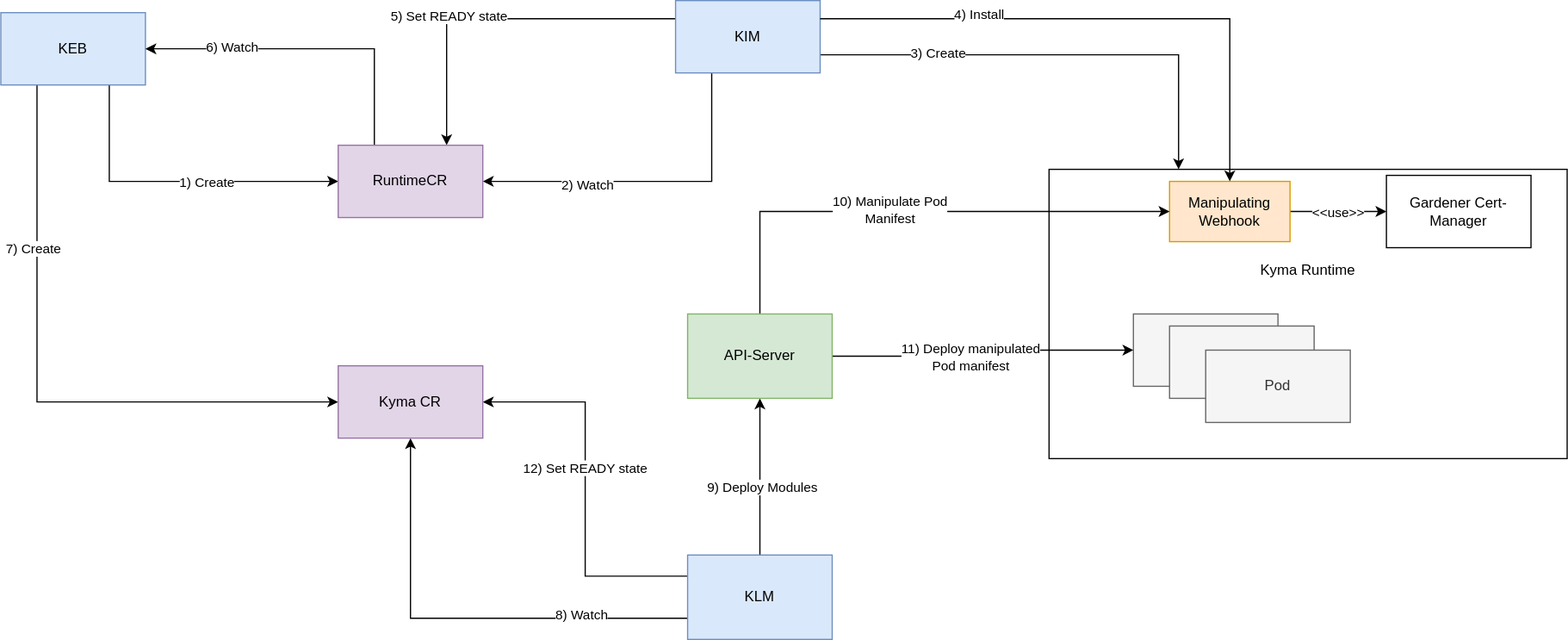
Above: docs/contributor/assets/flow-manipulating-webhook.drawio.svg in akgalwas/rt-bootstrapper (draw.io), before the change. Source tidied: cells renumbered, new cells last; positions are measured from the earlier drawing's top-left corner, leaving out a move shared by most shapes.
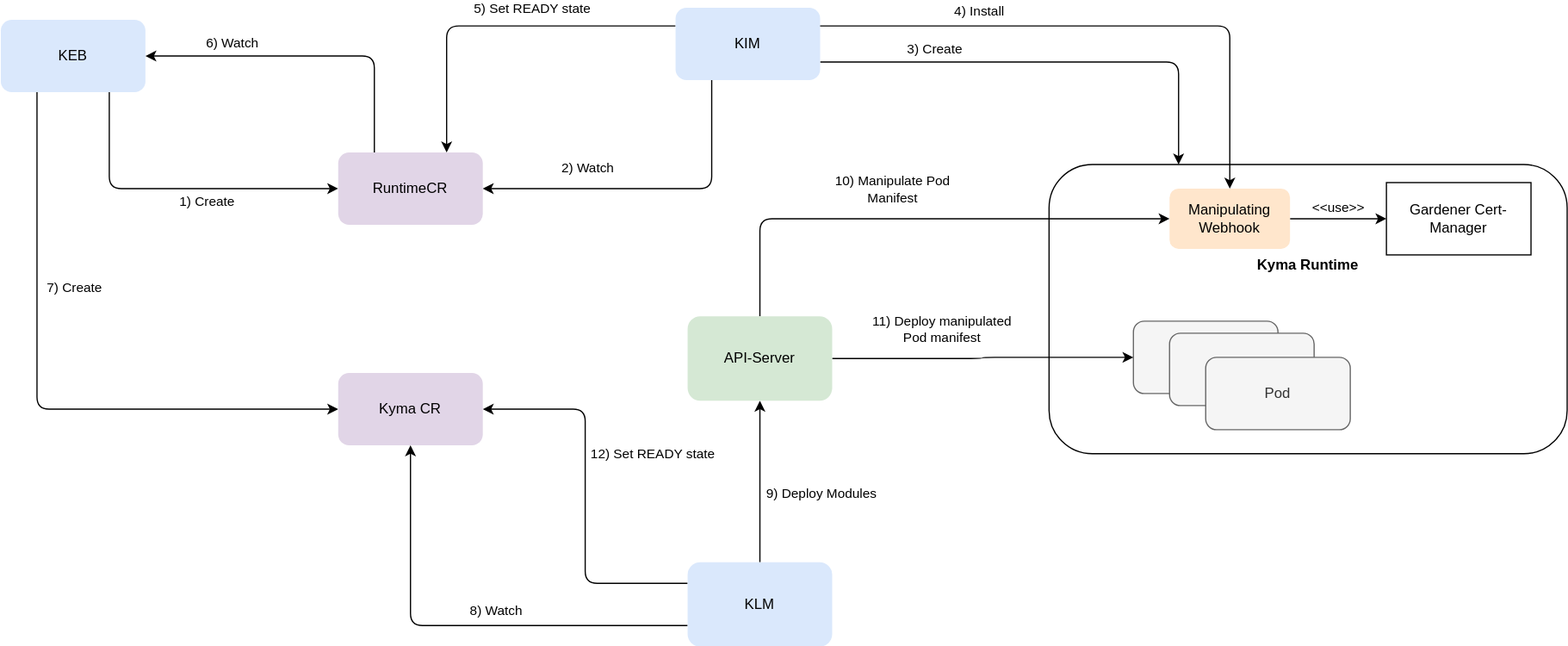
After the change.

Change to the diagram source:
```diff
@@ -1,123 +1,143 @@
-<mxGraphModel>
+<mxGraphModel background="#FFFFFF">
   <root>
     <mxCell id="0" />
     <mxCell id="1" parent="0" />
-    <mxCell id="2" style="edgeStyle=orthogonalEdgeStyle;rounded=0;jettySize=auto;html=1;exitX=0.75;exitY=1;exitDx=0;exitDy=0;entryX=0;entryY=0.5;entryDx=0;entryDy=0;" parent="1" edge="1" source="6" target="16">
+    <mxCell id="2" style="edgeStyle=orthogonalEdgeStyle;rounded=1;jettySize=auto;html=1;exitX=0.75;exitY=1;exitDx=0;exitDy=0;entryX=0;entryY=0.5;entryDx=0;entryDy=0;curved=0;" parent="1" edge="1" source="6" target="16">
       <mxGeometry relative="1" as="geometry" />
     </mxCell>
     <mxCell id="3" value="1) Create" style="edgeLabel;html=1;align=center;verticalAlign=middle;" parent="2" vertex="1">
       <mxGeometry x="-0.39" y="2" relative="1" as="geometry">
-        <mxPoint x="77" y="2" as="offset" />
+        <mxPoint x="77" y="12" as="offset" />
       </mxGeometry>
     </mxCell>
-    <mxCell id="4" style="edgeStyle=orthogonalEdgeStyle;rounded=0;jettySize=auto;html=1;exitX=0.25;exitY=1;exitDx=0;exitDy=0;entryX=0;entryY=0.5;entryDx=0;entryDy=0;" parent="1" edge="1" source="6" target="33">
+    <mxCell id="4" style="edgeStyle=orthogonalEdgeStyle;rounded=1;jettySize=auto;html=1;exitX=0.25;exitY=1;exitDx=0;exitDy=0;entryX=0;entryY=0.5;entryDx=0;entryDy=0;curved=0;" parent="1" edge="1" source="6" target="33">
       <mxGeometry relative="1" as="geometry" />
     </mxCell>
     <mxCell id="5" value="7) Create" style="edgeLabel;html=1;align=center;verticalAlign=middle;" parent="4" vertex="1">
-      <mxGeometry x="-0.47" y="-4" relative="1" as="geometry" />
+      <mxGeometry x="-0.47" y="-4" relative="1" as="geometry">
+        <mxPoint x="34" y="26" as="offset" />
+      </mxGeometry>
     </mxCell>
-    <mxCell id="6" value="KEB" style="rounded=0;whiteSpace=wrap;html=1;fillColor=#dae8fc;strokeColor=#6c8ebf;" parent="1" vertex="1">
+    <mxCell id="6" value="KEB" style="rounded=1;whiteSpace=wrap;html=1;fillColor=#dae8fc;strokeColor=none;" parent="1" vertex="1">
       <mxGeometry y="10" width="120" height="60" as="geometry" />
     </mxCell>
-    <mxCell id="7" style="edgeStyle=orthogonalEdgeStyle;rounded=0;jettySize=auto;html=1;exitX=0.25;exitY=1;exitDx=0;exitDy=0;entryX=1;entryY=0.5;entryDx=0;entryDy=0;" parent="1" edge="1" source="13" target="16">
+    <mxCell id="7" style="edgeStyle=orthogonalEdgeStyle;rounded=1;jettySize=auto;html=1;exitX=0.25;exitY=1;exitDx=0;exitDy=0;entryX=1;entryY=0.5;entryDx=0;entryDy=0;curved=0;" parent="1" edge="1" source="13" target="16">
       <mxGeometry relative="1" as="geometry" />
     </mxCell>
     <mxCell id="8" value="2) Watch" style="edgeLabel;html=1;align=center;verticalAlign=middle;" parent="7" vertex="1">
-      <mxGeometry x="0.39" y="2" relative="1" as="geometry" />
+      <mxGeometry x="0.39" y="2" relative="1" as="geometry">
+        <mxPoint y="-20" as="offset" />
+      </mxGeometry>
     </mxCell>
-    <mxCell id="9" style="edgeStyle=orthogonalEdgeStyle;rounded=0;jettySize=auto;html=1;exitX=1;exitY=0.75;exitDx=0;exitDy=0;entryX=0.25;entryY=0;entryDx=0;entryDy=0;" parent="1" edge="1" source="13" target="17">
+    <mxCell id="9" style="edgeStyle=orthogonalEdgeStyle;rounded=1;jettySize=auto;html=1;exitX=1;exitY=0.75;exitDx=0;exitDy=0;entryX=0.25;entryY=0;entryDx=0;entryDy=0;curved=0;" parent="1" edge="1" source="13" target="17">
       <mxGeometry relative="1" as="geometry" />
     </mxCell>
     <mxCell id="10" value="3) Create" style="edgeLabel;html=1;align=center;verticalAlign=middle;" parent="9" vertex="1">
-      <mxGeometry x="-0.51" y="2" relative="1" as="geometry" />
+      <mxGeometry x="-0.51" y="2" relative="1" as="geometry">
+        <mxPoint y="-10" as="offset" />
+      </mxGeometry>
     </mxCell>
-    <mxCell id="11" style="edgeStyle=orthogonalEdgeStyle;rounded=0;jettySize=auto;html=1;exitX=0;exitY=0.25;exitDx=0;exitDy=0;entryX=0.75;entryY=0;entryDx=0;entryDy=0;" parent="1" edge="1" source="13" target="16">
+    <mxCell id="11" style="edgeStyle=orthogonalEdgeStyle;rounded=1;jettySize=auto;html=1;exitX=0;exitY=0.25;exitDx=0;exitDy=0;entryX=0.75;entryY=0;entryDx=0;entryDy=0;curved=0;" parent="1" edge="1" source="13" target="16">
       <mxGeometry relative="1" as="geometry" />
     </mxCell>
     <mxCell id="12" value="5) Set READY state" style="edgeLabel;html=1;align=center;verticalAlign=middle;" parent="11" vertex="1">
-      <mxGeometry x="0.28" y="-3" relative="1" as="geometry" />
+      <mxGeometry x="0.28" y="-3" relative="1" as="geometry">
+        <mxPoint x="69" y="-12" as="offset" />
+      </mxGeometry>
     </mxCell>
-    <mxCell id="13" value="KIM" style="rounded=0;whiteSpace=wrap;html=1;fillColor=#dae8fc;strokeColor=#6c8ebf;" parent="1" vertex="1">
+    <mxCell id="13" value="KIM" style="rounded=1;whiteSpace=wrap;html=1;fillColor=#dae8fc;strokeColor=none;" parent="1" vertex="1">
       <mxGeometry x="560" width="120" height="60" as="geometry" />
     </mxCell>
-    <mxCell id="14" style="edgeStyle=orthogonalEdgeStyle;rounded=0;jettySize=auto;html=1;exitX=0.25;exitY=0;exitDx=0;exitDy=0;entryX=1;entryY=0.5;entryDx=0;entryDy=0;" parent="1" edge="1" source="16" target="6">
+    <mxCell id="14" style="edgeStyle=orthogonalEdgeStyle;rounded=1;jettySize=auto;html=1;exitX=0.25;exitY=0;exitDx=0;exitDy=0;entryX=1;entryY=0.5;entryDx=0;entryDy=0;curved=0;" parent="1" edge="1" source="16" target="6">
       <mxGeometry relative="1" as="geometry" />
     </mxCell>
     <mxCell id="15" value="6) Watch" style="edgeLabel;html=1;align=center;verticalAlign=middle;" parent="14" vertex="1">
-      <mxGeometry x="0.47" y="-2" relative="1" as="geometry" />
+      <mxGeometry x="0.47" y="-2" relative="1" as="geometry">
+        <mxPoint y="-10" as="offset" />
+      </mxGeometry>
     </mxCell>
-    <mxCell id="16" value="RuntimeCR" style="rounded=0;whiteSpace=wrap;html=1;fillColor=#e1d5e7;strokeColor=#9673a6;" parent="1" vertex="1">
+    <mxCell id="16" value="RuntimeCR" style="rounded=1;whiteSpace=wrap;html=1;fillColor=#e1d5e7;strokeColor=none;" parent="1" vertex="1">
       <mxGeometry x="280" y="120" width="120" height="60" as="geometry" />
     </mxCell>
-    <mxCell id="17" value="Kyma Runtime&lt;div&gt;&lt;br&gt;&lt;/div&gt;&lt;div&gt;&lt;br&gt;&lt;/div&gt;&lt;div&gt;&lt;br&gt;&lt;/div&gt;&lt;div&gt;&lt;br&gt;&lt;/div&gt;&lt;div&gt;&lt;br&gt;&lt;/div&gt;" style="rounded=0;whiteSpace=wrap;html=1;" parent="1" vertex="1">
-      <mxGeometry x="870" y="140" width="430" height="240" as="geometry" />
+    <mxCell id="17" value="&lt;b&gt;Kyma Runtime&lt;/b&gt;&lt;div&gt;&lt;b&gt;&lt;br&gt;&lt;/b&gt;&lt;/div&gt;&lt;div&gt;&lt;b&gt;&lt;br&gt;&lt;/b&gt;&lt;/div&gt;&lt;div&gt;&lt;b&gt;&lt;br&gt;&lt;/b&gt;&lt;/div&gt;&lt;div&gt;&lt;b&gt;&lt;br&gt;&lt;/b&gt;&lt;/div&gt;&lt;div&gt;&lt;br&gt;&lt;/div&gt;" style="rounded=1;whiteSpace=wrap;html=1;" parent="1" vertex="1">
+      <mxGeometry x="870" y="130" width="430" height="240" as="geometry" />
     </mxCell>
     <mxCell id="18" style="edgeStyle=orthogonalEdgeStyle;rounded=0;jettySize=auto;html=1;exitX=1;exitY=0.5;exitDx=0;exitDy=0;entryX=0;entryY=0.5;entryDx=0;entryDy=0;" parent="1" edge="1" source="20" target="39">
       <mxGeometry relative="1" as="geometry" />
     </mxCell>
     <mxCell id="19" value="&amp;lt;&amp;lt;use&amp;gt;&amp;gt;" style="edgeLabel;html=1;align=center;verticalAlign=middle;" parent="18" vertex="1">
-      <mxGeometry x="-0.03" relative="1" as="geometry" />
+      <mxGeometry x="-0.03" relative="1" as="geometry">
+        <mxPoint y="-10" as="offset" />
+      </mxGeometry>
     </mxCell>
-    <mxCell id="20" value="Manipulating Webhook" style="rounded=0;whiteSpace=wrap;html=1;fillColor=#ffe6cc;strokeColor=#d79b00;" parent="1" vertex="1">
+    <mxCell id="20" value="Manipulating Webhook" style="rounded=1;whiteSpace=wrap;html=1;fillColor=#ffe6cc;strokeColor=none;" parent="1" vertex="1">
       <mxGeometry x="970" y="150" width="100" height="50" as="geometry" />
     </mxCell>
-    <mxCell id="21" style="edgeStyle=orthogonalEdgeStyle;rounded=0;jettySize=auto;html=1;exitX=1;exitY=0.25;exitDx=0;exitDy=0;entryX=0.5;entryY=0;entryDx=0;entryDy=0;" parent="1" edge="1" source="13" target="20">
+    <mxCell id="21" style="edgeStyle=orthogonalEdgeStyle;rounded=1;jettySize=auto;html=1;exitX=1;exitY=0.25;exitDx=0;exitDy=0;entryX=0.5;entryY=0;entryDx=0;entryDy=0;curved=0;" parent="1" edge="1" source="13" target="20">
       <mxGeometry relative="1" as="geometry" />
     </mxCell>
     <mxCell id="22" value="4) Install" style="edgeLabel;html=1;align=center;verticalAlign=middle;" parent="21" vertex="1">
-      <mxGeometry x="-0.45" y="4" relative="1" as="geometry" />
+      <mxGeometry x="-0.45" y="4" relative="1" as="geometry">
+        <mxPoint y="-9" as="offset" />
+      </mxGeometry>
     </mxCell>
-    <mxCell id="23" style="rounded=0;whiteSpace=wrap;html=1;fillColor=#f5f5f5;fontColor=#333333;strokeColor=#666666;" parent="1" vertex="1">
+    <mxCell id="23" style="rounded=1;whiteSpace=wrap;html=1;fillColor=#f5f5f5;fontColor=#333333;strokeColor=#666666;" parent="1" vertex="1">
       <mxGeometry x="940" y="260" width="120" height="60" as="geometry" />
     </mxCell>
-    <mxCell id="24" style="rounded=0;whiteSpace=wrap;html=1;fillColor=#f5f5f5;fontColor=#333333;strokeColor=#666666;" parent="1" vertex="1">
+    <mxCell id="24" style="rounded=1;whiteSpace=wrap;html=1;fillColor=#f5f5f5;fontColor=#333333;strokeColor=#666666;" parent="1" vertex="1">
       <mxGeometry x="970" y="270" width="120" height="60" as="geometry" />
     </mxCell>
-    <mxCell id="25" value="Pod" style="rounded=0;whiteSpace=wrap;html=1;fillColor=#f5f5f5;fontColor=#333333;strokeColor=#666666;" parent="1" vertex="1">
+    <mxCell id="25" value="Pod" style="rounded=1;whiteSpace=wrap;html=1;fillColor=#f5f5f5;fontColor=#333333;strokeColor=#666666;" parent="1" vertex="1">
       <mxGeometry x="1000" y="290" width="120" height="60" as="geometry" />
     </mxCell>
-    <mxCell id="26" style="edgeStyle=orthogonalEdgeStyle;rounded=0;jettySize=auto;html=1;exitX=0;exitY=0.75;exitDx=0;exitDy=0;entryX=0.5;entryY=1;entryDx=0;entryDy=0;" parent="1" edge="1" source="32" target="33">
+    <mxCell id="26" style="edgeStyle=orthogonalEdgeStyle;rounded=1;jettySize=auto;html=1;exitX=0;exitY=0.75;exitDx=0;exitDy=0;entryX=0.5;entryY=1;entryDx=0;entryDy=0;curved=0;" parent="1" edge="1" source="32" target="33">
       <mxGeometry relative="1" as="geometry" />
     </mxCell>
     <mxCell id="27" value="8) Watch" style="edgeLabel;html=1;align=center;verticalAlign=middle;" parent="26" vertex="1">
-      <mxGeometry x="-0.53" y="-3" relative="1" as="geometry" />
+      <mxGeometry x="-0.53" y="-3" relative="1" as="geometry">
+        <mxPoint x="-71" y="-10" as="offset" />
+      </mxGeometry>
     </mxCell>
     <mxCell id="28" style="edgeStyle=orthogonalEdgeStyle;rounded=0;jettySize=auto;html=1;exitX=0.5;exitY=0;exitDx=0;exitDy=0;entryX=0.5;entryY=1;entryDx=0;entryDy=0;" parent="1" edge="1" source="32" target="38">
       <mxGeometry relative="1" as="geometry" />
     </mxCell>
     <mxCell id="29" value="9) Deploy Modules" style="edgeLabel;html=1;align=center;verticalAlign=middle;" parent="28" vertex="1">
-      <mxGeometry x="-0.13" y="-1" relative="1" as="geometry" />
+      <mxGeometry x="-0.13" y="-1" relative="1" as="geometry">
+        <mxPoint x="49" as="offset" />
+      </mxGeometry>
     </mxCell>
-    <mxCell id="30" style="edgeStyle=orthogonalEdgeStyle;rounded=0;jettySize=auto;html=1;exitX=0;exitY=0.25;exitDx=0;exitDy=0;entryX=1;entryY=0.5;entryDx=0;entryDy=0;" parent="1" edge="1" source="32" target="33">
+    <mxCell id="30" style="edgeStyle=orthogonalEdgeStyle;rounded=1;jettySize=auto;html=1;exitX=0;exitY=0.25;exitDx=0;exitDy=0;entryX=1;entryY=0.5;entryDx=0;entryDy=0;curved=0;" parent="1" edge="1" source="32" target="33">
       <mxGeometry relative="1" as="geometry" />
     </mxCell>
     <mxCell id="31" value="12) Set READY state" style="edgeLabel;html=1;align=center;verticalAlign=middle;" parent="30" vertex="1">
       <mxGeometry x="0.12" y="1" relative="1" as="geometry">
-        <mxPoint y="1" as="offset" />
+        <mxPoint x="56" y="-17" as="offset" />
       </mxGeometry>
     </mxCell>
-    <mxCell id="32" value="KLM" style="rounded=0;whiteSpace=wrap;html=1;fillColor=#dae8fc;strokeColor=#6c8ebf;" parent="1" vertex="1">
+    <mxCell id="32" value="KLM" style="rounded=1;whiteSpace=wrap;html=1;fillColor=#dae8fc;strokeColor=none;" parent="1" vertex="1">
       <mxGeometry x="570" y="460" width="120" height="70" as="geometry" />
     </mxCell>
-    <mxCell id="33" value="Kyma CR" style="rounded=0;whiteSpace=wrap;html=1;fillColor=#e1d5e7;strokeColor=#9673a6;" parent="1" vertex="1">
+    <mxCell id="33" value="Kyma CR" style="rounded=1;whiteSpace=wrap;html=1;fillColor=#e1d5e7;strokeColor=none;" parent="1" vertex="1">
       <mxGeometry x="280" y="303" width="120" height="60" as="geometry" />
     </mxCell>
-    <mxCell id="34" style="edgeStyle=orthogonalEdgeStyle;rounded=0;jettySize=auto;html=1;exitX=0.5;exitY=0;exitDx=0;exitDy=0;entryX=0;entryY=0.5;entryDx=0;entryDy=0;" parent="1" edge="1" source="38" target="20">
+    <mxCell id="34" style="edgeStyle=orthogonalEdgeStyle;rounded=1;jettySize=auto;html=1;exitX=0.5;exitY=0;exitDx=0;exitDy=0;entryX=0;entryY=0.5;entryDx=0;entryDy=0;curved=0;" parent="1" edge="1" source="38" target="20">
       <mxGeometry relative="1" as="geometry" />
     </mxCell>
     <mxCell id="35" value="10) Manipulate Pod&lt;div&gt;Manifest&lt;/div&gt;" style="edgeLabel;html=1;align=center;verticalAlign=middle;" parent="34" vertex="1">
-      <mxGeometry x="-0.1" y="2" relative="1" as="geometry" />
+      <mxGeometry x="-0.1" y="2" relative="1" as="geometry">
+        <mxPoint y="-23" as="offset" />
+      </mxGeometry>
     </mxCell>
-    <mxCell id="36" style="edgeStyle=orthogonalEdgeStyle;rounded=0;jettySize=auto;html=1;exitX=1;exitY=0.5;exitDx=0;exitDy=0;entryX=0;entryY=0.5;entryDx=0;entryDy=0;" parent="1" edge="1" source="38" target="23">
+    <mxCell id="36" style="edgeStyle=orthogonalEdgeStyle;rounded=1;jettySize=auto;html=1;exitX=1;exitY=0.5;exitDx=0;exitDy=0;entryX=0;entryY=0.5;entryDx=0;entryDy=0;curved=0;" parent="1" edge="1" source="38" target="23">
       <mxGeometry relative="1" as="geometry" />
     </mxCell>
     <mxCell id="37" value="11) Deploy manipulated&lt;div&gt;Pod manifest&lt;/div&gt;" style="edgeLabel;html=1;align=center;verticalAlign=middle;" parent="36" vertex="1">
       <mxGeometry x="-0.58" relative="1" as="geometry">
-        <mxPoint x="60" as="offset" />
+        <mxPoint x="37" y="-25" as="offset" />
       </mxGeometry>
     </mxCell>
-    <mxCell id="38" value="API-Server" style="rounded=0;whiteSpace=wrap;html=1;fillColor=#d5e8d4;strokeColor=#82b366;" parent="1" vertex="1">
-      <mxGeometry x="570" y="260" width="120" height="70" as="geometry" />
+    <mxCell id="38" value="API-Server" style="rounded=1;whiteSpace=wrap;html=1;fillColor=#d5e8d4;strokeColor=none;" parent="1" vertex="1">
+      <mxGeometry x="570" y="256" width="120" height="70" as="geometry" />
     </mxCell>
     <mxCell id="39" value="Gardener Cert-Manager" style="rounded=0;whiteSpace=wrap;html=1;" parent="1" vertex="1">
       <mxGeometry x="1150" y="145" width="120" height="60" as="geometry" />
```
